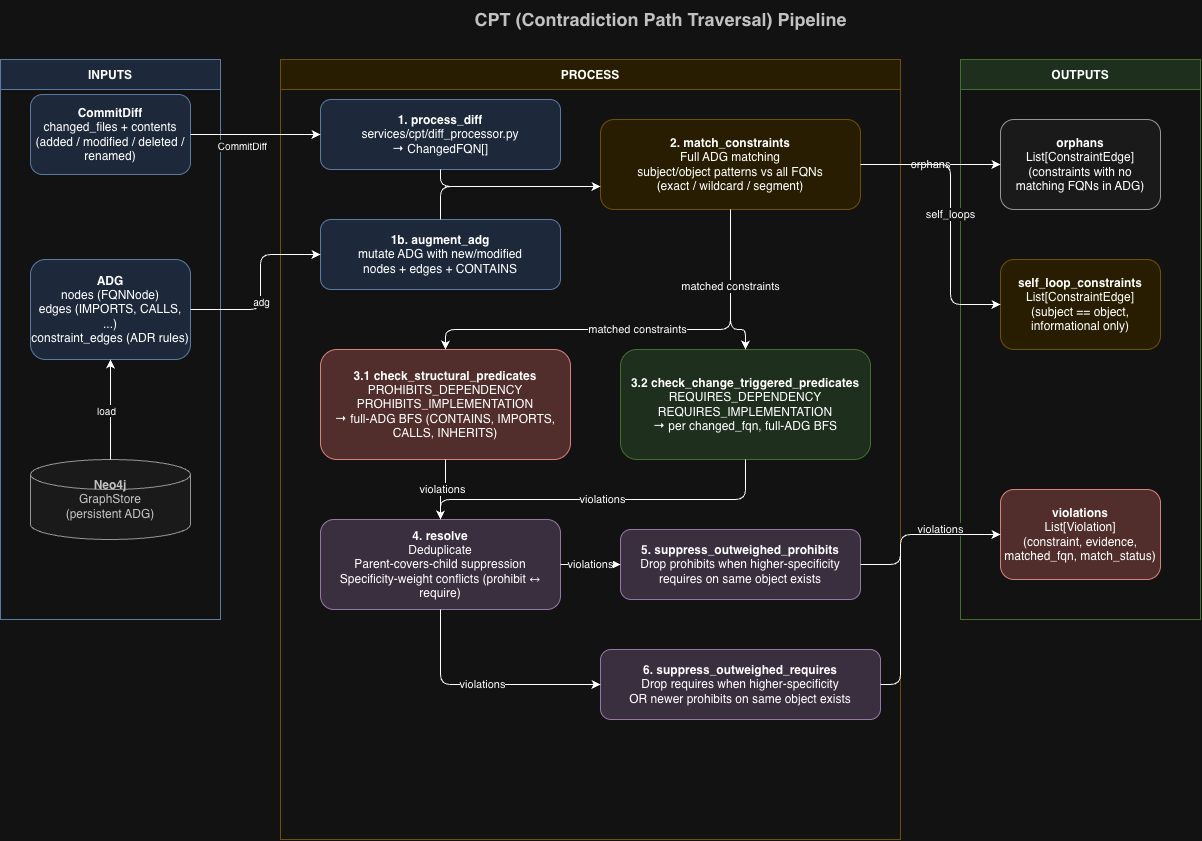
Earlier version of the draw.io export docs/diagrams/cpt_pipeline.drawio.png (Ravicha2/ADRLinter). Source tidied: cells renumbered, new cells last; positions are measured from the earlier drawing's top-left corner, leaving out a move shared by most shapes.
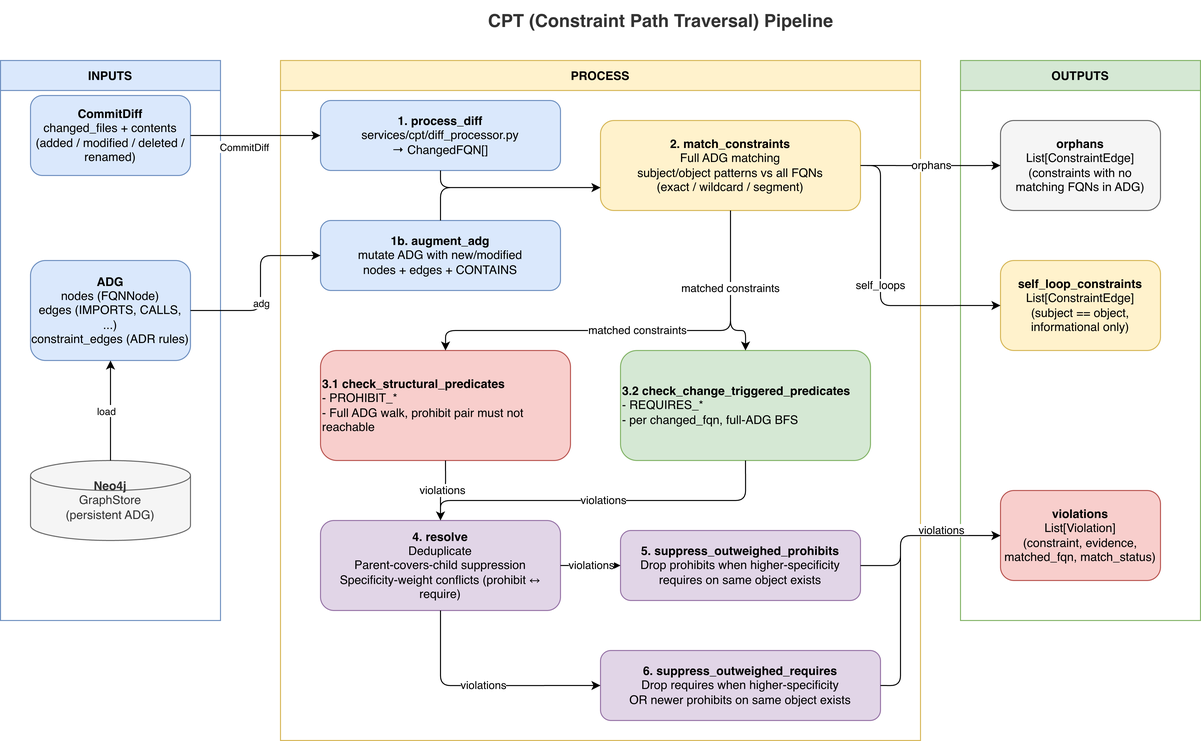
Later version of the same file.

The edit, as a diff of the source:
```diff
@@ -2,7 +2,7 @@
   <root>
     <mxCell id="0" />
     <mxCell id="1" parent="0" />
-    <mxCell id="2" value="&lt;b&gt;CPT (Contradiction Path Traversal) Pipeline&lt;/b&gt;" style="text;html=1;align=center;verticalAlign=middle;fontSize=18;fontColor=#333333;" parent="1" vertex="1">
+    <mxCell id="2" value="&lt;b&gt;CPT (Constraint Path Traversal) Pipeline&lt;/b&gt;" style="text;html=1;align=center;verticalAlign=middle;fontSize=18;fontColor=#333333;" parent="1" vertex="1">
       <mxGeometry x="360" width="600" height="40" as="geometry" />
     </mxCell>
     <mxCell id="3" value="INPUTS" style="swimlane;startSize=30;fillColor=#dae8fc;strokeColor=#6c8ebf;fontStyle=1;" parent="1" vertex="1">
@@ -18,7 +18,7 @@
       <mxGeometry x="30" y="400" width="160" height="80" as="geometry" />
     </mxCell>
     <mxCell id="7" value="PROCESS" style="swimlane;startSize=30;fillColor=#fff2cc;strokeColor=#d6b656;fontStyle=1;" parent="1" vertex="1">
-      <mxGeometry x="280" y="60" width="620" height="780" as="geometry" />
+      <mxGeometry x="280" y="60" width="640" height="680" as="geometry" />
     </mxCell>
     <mxCell id="8" value="&lt;b&gt;1. process_diff&lt;/b&gt;&#10;services/cpt/diff_processor.py&#10;→ ChangedFQN[]" style="rounded=1;whiteSpace=wrap;html=1;fillColor=#dae8fc;strokeColor=#6c8ebf;" parent="7" vertex="1">
       <mxGeometry x="40" y="40" width="240" height="70" as="geometry" />
@@ -29,10 +29,10 @@
     <mxCell id="10" value="&lt;b&gt;2. match_constraints&lt;/b&gt;&#10;Full ADG matching&#10;subject/object patterns vs all FQNs&#10;(exact / wildcard / segment)" style="rounded=1;whiteSpace=wrap;html=1;fillColor=#fff2cc;strokeColor=#d6b656;" parent="7" vertex="1">
       <mxGeometry x="320" y="60" width="260" height="90" as="geometry" />
     </mxCell>
-    <mxCell id="11" value="&lt;b&gt;3.1 check_structural_predicates&lt;/b&gt;&#10;PROHIBITS_DEPENDENCY&#10;PROHIBITS_IMPLEMENTATION&#10;→ full-ADG BFS (CONTAINS, IMPORTS, CALLS, INHERITS)" style="rounded=1;whiteSpace=wrap;html=1;fillColor=#f8cecc;strokeColor=#b85450;" parent="7" vertex="1">
+    <mxCell id="11" value="&lt;b&gt;3.1 check_structural_predicates&lt;/b&gt;&lt;br&gt;&lt;div style=&quot;&quot;&gt;&lt;span style=&quot;background-color: transparent; color: light-dark(rgb(0, 0, 0), rgb(255, 255, 255));&quot;&gt;- PROHIBIT_*&lt;/span&gt;&lt;/div&gt;&lt;div style=&quot;&quot;&gt;- Full ADG walk, prohibit pair must not reachable&lt;/div&gt;" style="rounded=1;whiteSpace=wrap;html=1;fillColor=#f8cecc;strokeColor=#b85450;align=left;" parent="7" vertex="1">
       <mxGeometry x="40" y="290" width="250" height="110" as="geometry" />
     </mxCell>
-    <mxCell id="12" value="&lt;b&gt;3.2 check_change_triggered_predicates&lt;/b&gt;&#10;REQUIRES_DEPENDENCY&#10;REQUIRES_IMPLEMENTATION&#10;→ per changed_fqn, full-ADG BFS" style="rounded=1;whiteSpace=wrap;html=1;fillColor=#d5e8d4;strokeColor=#82b366;" parent="7" vertex="1">
+    <mxCell id="12" value="&lt;b&gt;3.2 check_change_triggered_predicates&lt;/b&gt;&lt;br&gt;- REQUIRES_*&lt;br&gt;&lt;div&gt;- per changed_fqn, full-ADG BFS&lt;/div&gt;" style="rounded=1;whiteSpace=wrap;html=1;fillColor=#d5e8d4;strokeColor=#82b366;align=left;" parent="7" vertex="1">
       <mxGeometry x="340" y="290" width="250" height="110" as="geometry" />
     </mxCell>
     <mxCell id="13" value="&lt;b&gt;4. resolve&lt;/b&gt;&#10;Deduplicate&#10;Parent-covers-child suppression&#10;Specificity-weight conflicts (prohibit ↔ require)" style="rounded=1;whiteSpace=wrap;html=1;fillColor=#e1d5e7;strokeColor=#9673a6;" parent="7" vertex="1">
@@ -153,8 +153,8 @@
     <mxCell id="36" value="self_loops" style="edgeStyle=orthogonalEdgeStyle;rounded=1;jettySize=auto;html=1;exitX=1;exitY=0.5;exitDx=0;exitDy=0;entryX=0;entryY=0.5;entryDx=0;entryDy=0;" parent="1" edge="1" source="10" target="27">
       <mxGeometry relative="1" as="geometry">
         <Array as="points">
-          <mxPoint x="950" y="165" />
-          <mxPoint x="950" y="305" />
+          <mxPoint x="880" y="165" />
+          <mxPoint x="880" y="305" />
         </Array>
       </mxGeometry>
     </mxCell>
```
